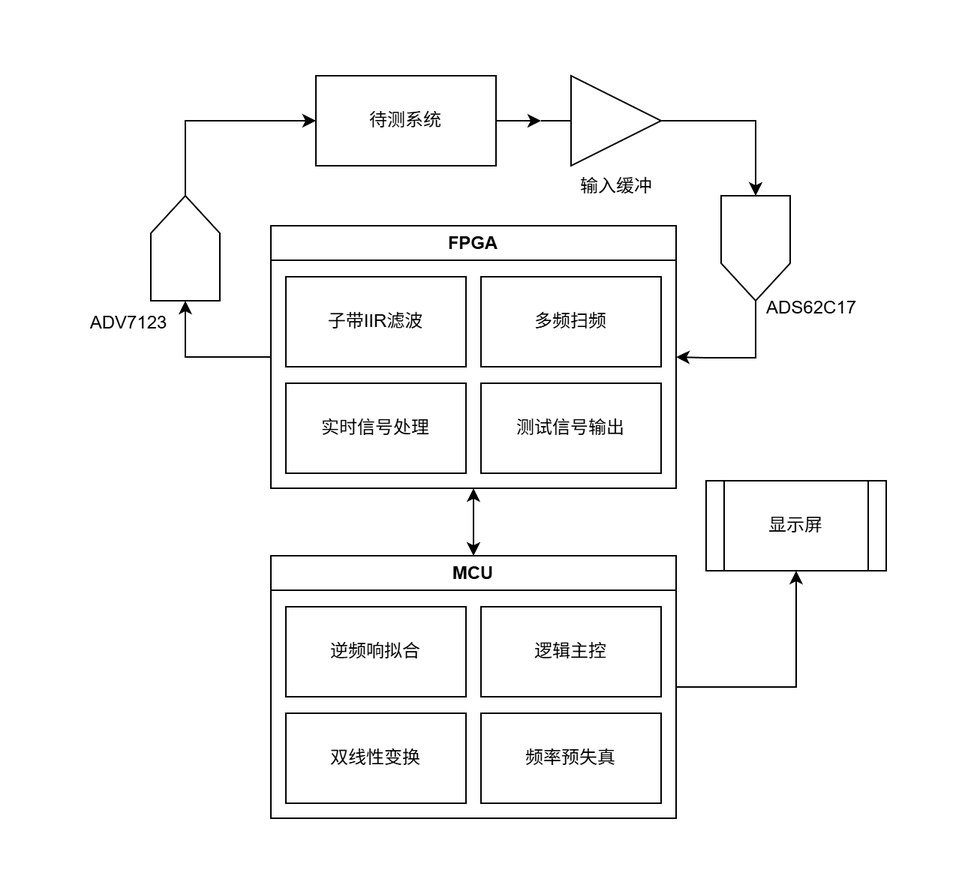
Above: doc/框图-第 1 页.drawio.png in lolifish/EleRace2025 (draw.io), before the change. Source tidied: cells renumbered, new cells last; positions are measured from the earlier drawing's top-left corner, leaving out a move shared by most shapes.
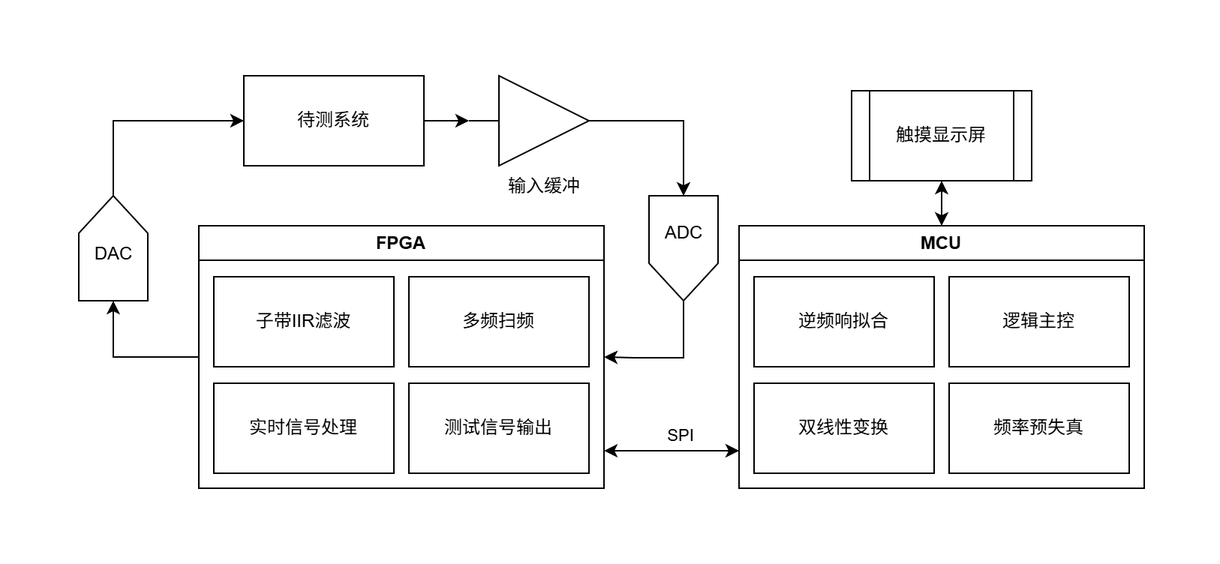
The same diagram one commit later.

Diff of the diagram source:
```diff
@@ -2,9 +2,17 @@
   <root>
     <mxCell id="0" />
     <mxCell id="1" parent="0" />
-    <mxCell id="2" style="edgeStyle=orthogonalEdgeStyle;rounded=0;jettySize=auto;html=1;entryX=0.5;entryY=0;entryDx=0;entryDy=0;startArrow=classic;startFill=1;" parent="1" edge="1" source="3" target="9">
-      <mxGeometry relative="1" as="geometry" />
-    </mxCell>
+    <mxCell id="26" style="edgeStyle=orthogonalEdgeStyle;rounded=0;orthogonalLoop=1;jettySize=auto;html=1;startArrow=classic;startFill=1;" parent="1" edge="1">
+      <mxGeometry relative="1" as="geometry">
+        <mxPoint x="400" y="250" as="sourcePoint" />
+        <mxPoint x="490" y="250" as="targetPoint" />
+      </mxGeometry>
+    </mxCell>
+    <mxCell id="27" value="SPI" style="edgeLabel;html=1;align=center;verticalAlign=middle;" parent="26" vertex="1">
+      <mxGeometry x="0.25" y="-2" relative="1" as="geometry">
+        <mxPoint x="-6" y="-12" as="offset" />
+      </mxGeometry>
+    </mxCell>
     <mxCell id="3" value="FPGA" style="swimlane;whiteSpace=wrap;html=1;" parent="1" vertex="1">
       <mxGeometry x="130" y="100" width="270" height="175" as="geometry" />
     </mxCell>
@@ -20,11 +28,11 @@
     <mxCell id="7" value="实时信号处理" style="whiteSpace=wrap;html=1;" parent="3" vertex="1">
       <mxGeometry x="10" y="105" width="120" height="60" as="geometry" />
     </mxCell>
-    <mxCell id="8" style="edgeStyle=orthogonalEdgeStyle;rounded=0;jettySize=auto;html=1;entryX=0.5;entryY=1;entryDx=0;entryDy=0;" parent="1" edge="1" source="9" target="14">
+    <mxCell id="8" style="edgeStyle=orthogonalEdgeStyle;rounded=0;jettySize=auto;html=1;entryX=0.5;entryY=1;entryDx=0;entryDy=0;startArrow=classic;startFill=1;" parent="1" edge="1" source="9" target="14">
       <mxGeometry relative="1" as="geometry" />
     </mxCell>
     <mxCell id="9" value="MCU" style="swimlane;whiteSpace=wrap;html=1;" parent="1" vertex="1">
-      <mxGeometry x="130" y="320" width="270" height="175" as="geometry" />
+      <mxGeometry x="490" y="100" width="270" height="175" as="geometry" />
     </mxCell>
     <mxCell id="10" value="逆频响拟合" style="whiteSpace=wrap;html=1;" parent="9" vertex="1">
       <mxGeometry x="10" y="34" width="120" height="60" as="geometry" />
@@ -38,8 +46,8 @@
     <mxCell id="13" value="频率预失真" style="whiteSpace=wrap;html=1;" parent="9" vertex="1">
       <mxGeometry x="140" y="105" width="120" height="60" as="geometry" />
     </mxCell>
-    <mxCell id="14" value="显示屏" style="shape=process;whiteSpace=wrap;html=1;backgroundOutline=1;" parent="1" vertex="1">
-      <mxGeometry x="420" y="270" width="120" height="60" as="geometry" />
+    <mxCell id="14" value="触摸显示屏" style="shape=process;whiteSpace=wrap;html=1;backgroundOutline=1;" parent="1" vertex="1">
+      <mxGeometry x="565" y="10" width="120" height="60" as="geometry" />
     </mxCell>
     <mxCell id="15" value="输入缓冲" style="verticalLabelPosition=bottom;shadow=0;dashed=0;align=center;html=1;verticalAlign=top;shape=mxgraph.electrical.logic_gates.buffer2;" parent="1" vertex="1">
       <mxGeometry x="310" width="100" height="60" as="geometry" />
@@ -71,11 +79,11 @@
     <mxCell id="21" value="待测系统" style="whiteSpace=wrap;html=1;" parent="1" vertex="1">
       <mxGeometry x="160" width="120" height="60" as="geometry" />
     </mxCell>
-    <mxCell id="22" value="ADS62C17" style="text;html=1;align=center;verticalAlign=middle;strokeColor=none;fillColor=none;" parent="1" vertex="1">
-      <mxGeometry x="450" y="140" width="80" height="30" as="geometry" />
+    <mxCell id="22" value="ADC" style="text;html=1;align=center;verticalAlign=middle;strokeColor=none;fillColor=none;" parent="1" vertex="1">
+      <mxGeometry x="428" y="90" width="50" height="30" as="geometry" />
     </mxCell>
-    <mxCell id="23" value="ADV7123" style="text;html=1;align=center;verticalAlign=middle;strokeColor=none;fillColor=none;" parent="1" vertex="1">
-      <mxGeometry y="150" width="70" height="30" as="geometry" />
+    <mxCell id="23" value="DAC" style="text;html=1;align=center;verticalAlign=middle;strokeColor=none;fillColor=none;" parent="1" vertex="1">
+      <mxGeometry x="48" y="104" width="50" height="30" as="geometry" />
     </mxCell>
     <mxCell id="24" style="edgeStyle=orthogonalEdgeStyle;rounded=0;jettySize=auto;html=1;entryX=0;entryY=0.5;entryDx=0;entryDy=0;entryPerimeter=0;" parent="1" edge="1" source="15" target="17">
       <mxGeometry relative="1" as="geometry" />
```
